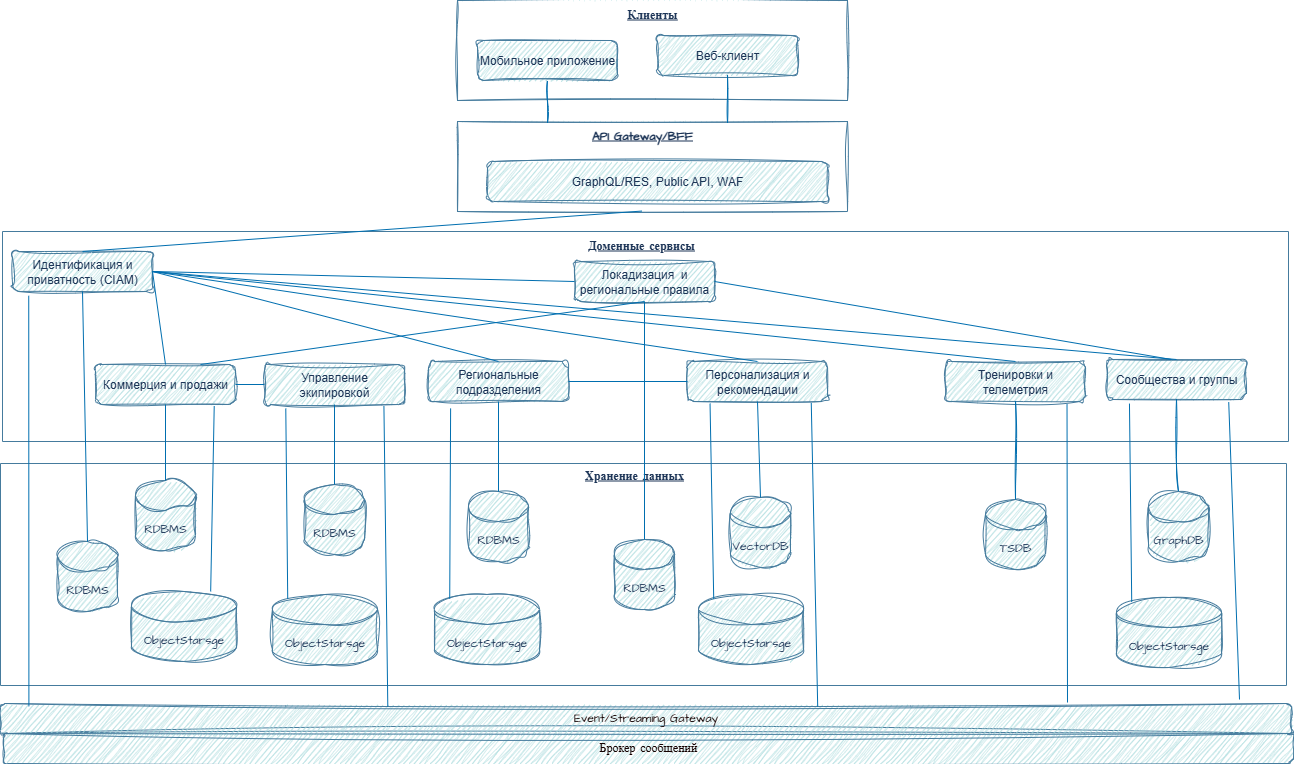
This is 013_Базовая архитектура.png from Karatel666/ArchitectureFinalWork, a draw.io export, as it was before one commit. Source tidied: cells renumbered, new cells last; positions are measured from the earlier drawing's top-left corner, leaving out a move shared by most shapes.
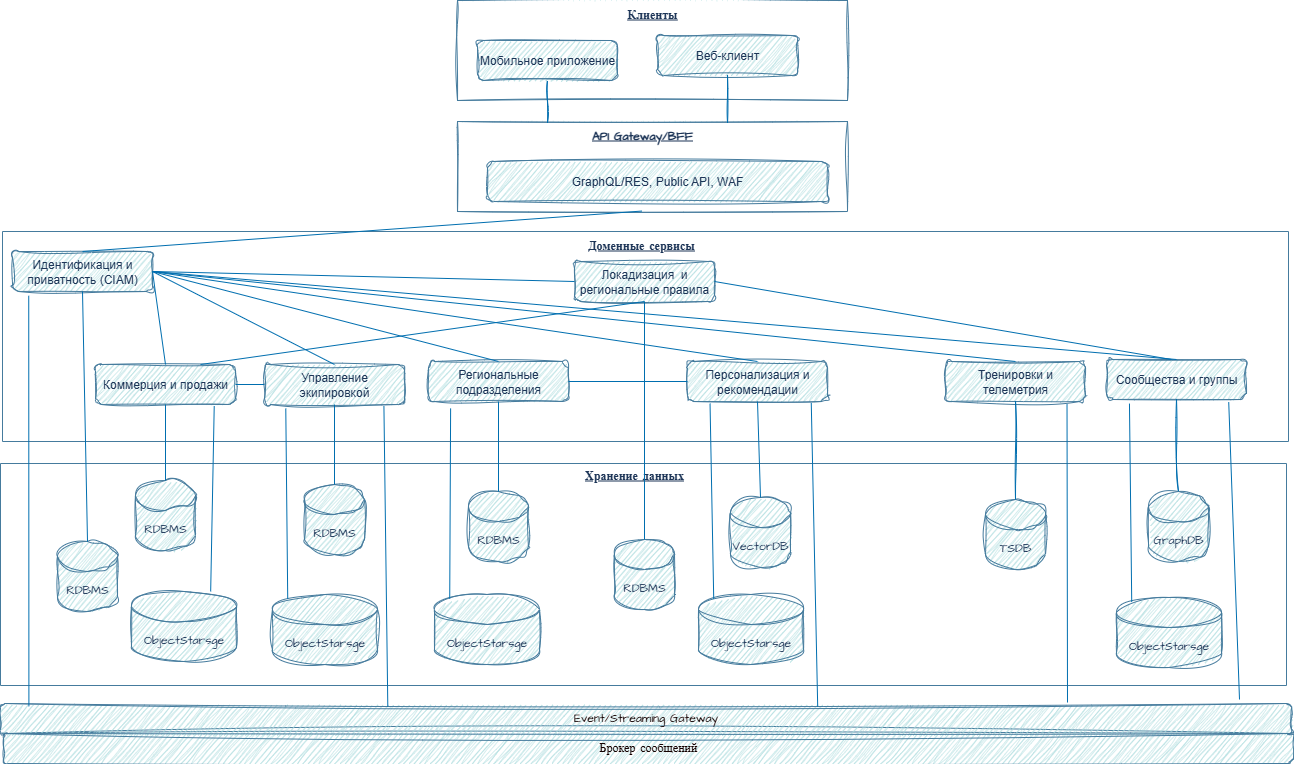
Later version of the same file.

Diff of the diagram source:
```diff
@@ -80,6 +80,9 @@
     <mxCell id="27" style="endArrow=none;html=1;rounded=0;hachureGap=4;fontFamily=Architects Daughter;fontSource=https%3A%2F%2Ffonts.googleapis.com%2Fcss%3Ffamily%3DArchitects%2BDaughter;fillColor=#1ba1e2;strokeColor=#006EAF;exitX=0;exitY=0.5;exitDx=0;exitDy=0;entryX=1;entryY=0.5;entryDx=0;entryDy=0;" parent="9" edge="1" source="26" target="12">
       <mxGeometry relative="1" as="geometry" />
     </mxCell>
+    <mxCell id="67" style="endArrow=none;html=1;rounded=0;hachureGap=4;fontFamily=Architects Daughter;fontSource=https%3A%2F%2Ffonts.googleapis.com%2Fcss%3Ffamily%3DArchitects%2BDaughter;entryX=1;entryY=0.5;entryDx=0;entryDy=0;fillColor=#1ba1e2;strokeColor=#006EAF;exitX=0.5;exitY=0;exitDx=0;exitDy=0;" parent="9" edge="1" source="26" target="10">
+      <mxGeometry relative="1" as="geometry" />
+    </mxCell>
     <mxCell id="28" value="&lt;font color=&quot;#130101&quot;&gt;Брокер сообщений&lt;/font&gt;" style="rounded=1;whiteSpace=wrap;html=1;sketch=1;hachureGap=4;jiggle=2;curveFitting=1;strokeColor=#457B9D;fontFamily=Architects Daughter;fontSource=https%3A%2F%2Ffonts.googleapis.com%2Fcss%3Ffamily%3DArchitects%2BDaughter;fontColor=#1D3557;fillColor=#A8DADC;" parent="1" vertex="1">
       <mxGeometry x="3" y="733" width="1290" height="30" as="geometry" />
     </mxCell>
```
